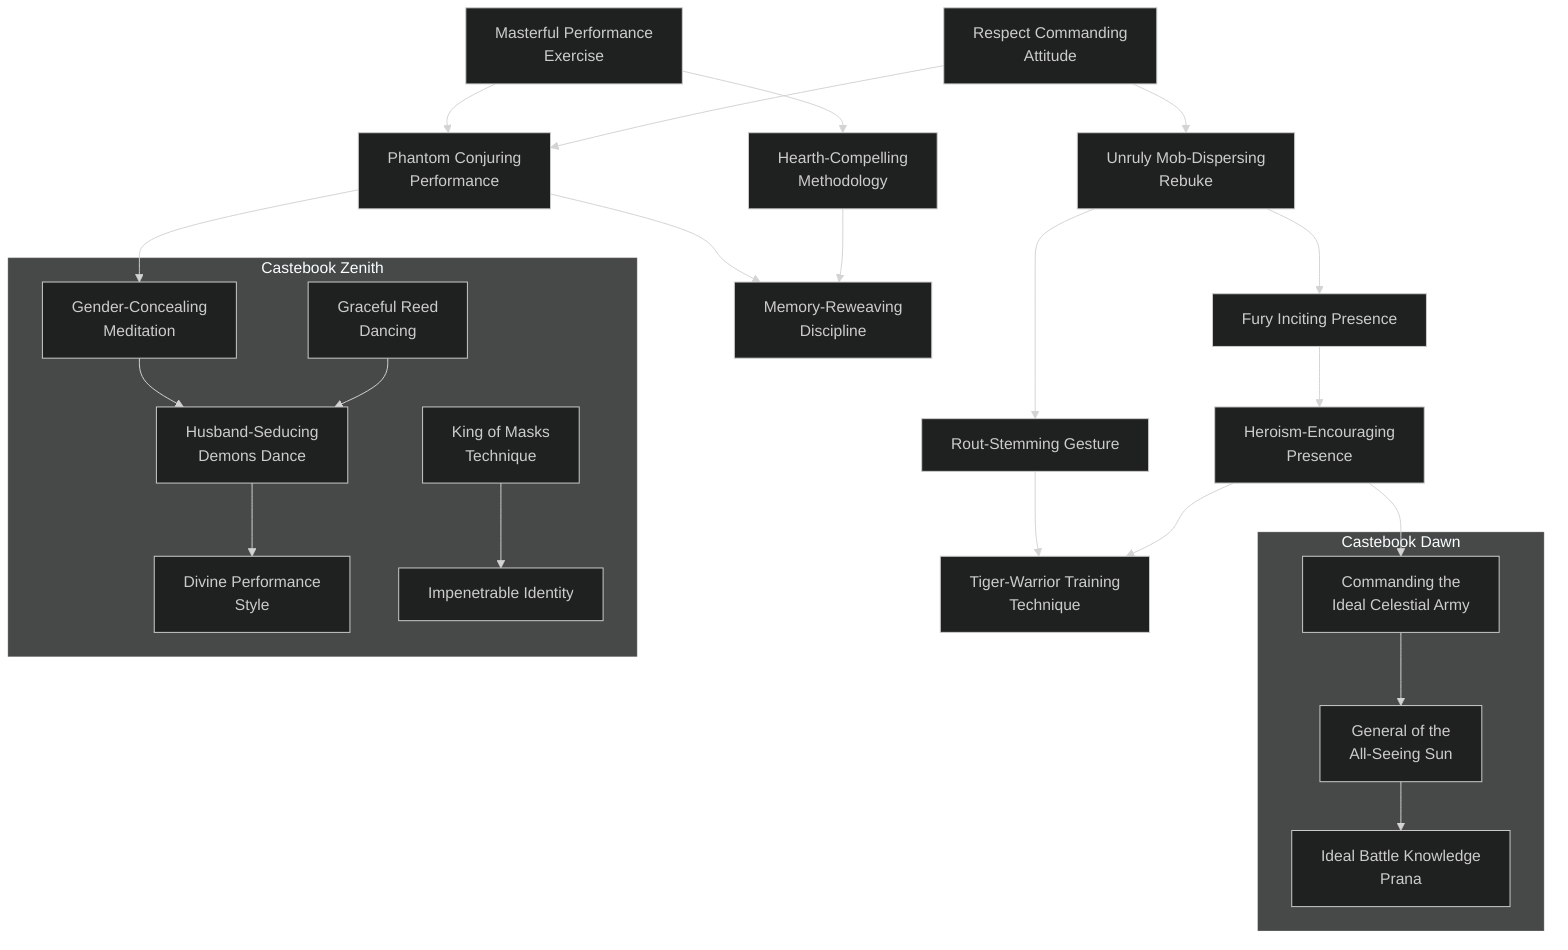
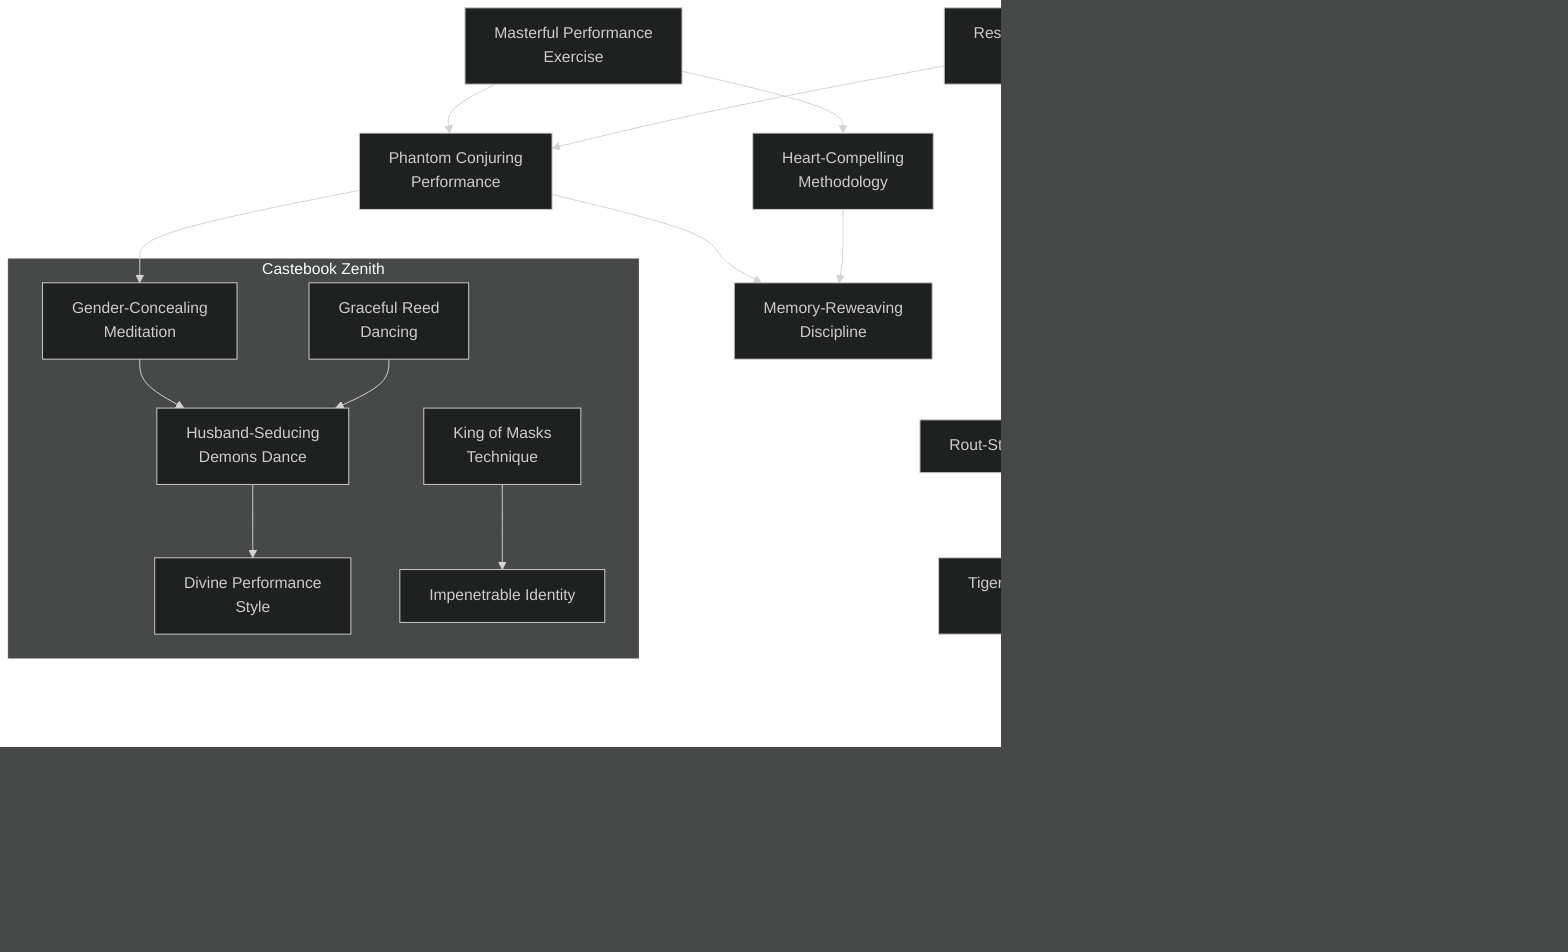
---
config:
  theme: dark
---

flowchart TD

    respect_commanding_attitude[Respect Commanding<br>Attitude]
    click respect_commanding_attitude callback "
        Respect Commanding Attitude<br>
        <br>
        Cost: 5 motes<br>
        Duration: One scene<br>
        Type: Simple<br>
        Minimum Performance: 2<br>
        Minimum Essence: 2<br>
        Prerequisite Charms: None<br>
        <br>
        This Charm allows a character to command the respect
        of an audience. While they may not be swayed by his
        arguments or impressed by his performance, they will pay him
        heed and refrain from heckling him or leaving the venue in
        significant numbers prior to the end of the performance.
        "

    unruly_mob_dispersing_rebuke[Unruly Mob-Dispersing<br>Rebuke]
    respect_commanding_attitude --> unruly_mob_dispersing_rebuke
    click unruly_mob_dispersing_rebuke callback "
        Unruly Mob-Dispersing Rebuke<br>
        <br>
        Cost: 8 motes, 1 Willpower<br>
        Duration: Instant<br>
        Type: Simple<br>
        Minimum Performance: 3<br>
        Minimum Essence: 3<br>
        Prerequisite Charms: Respect Commanding Attitude<br>
        <br>
        Violent mobs can endanger even the Exalted. Their numbers
        can drag down even the mightiest of the Chosen, but those who
        compose the mob are probably not normally so violent or dangerous.
        Chances are, the riot has begun over some legitimate grievance
        — laying about with lethal force is likely to cause serious repercussions.
        Through the use of this Charm, a character can deliver astern
        rebuke and shatter the inertia holding an angry mob together.
        Without significant further impetus, the crowd will disperse. This
        Charm does nothing to an organized or disciplined force.
        "

    rout_stemming_gesture[Rout-Stemming Gesture]
    unruly_mob_dispersing_rebuke --> rout_stemming_gesture
    click rout_stemming_gesture callback "
        Rout-Stemming Gesture<br>
        <br>
        Cost: 5 motes, 1 Willpower<br>
        Duration: 3 turns<br>
        Type: Simple<br>
        Minimum Performance: 4<br>
        Minimum Essence: 3<br>
        Prerequisite Charms: Unruly Mob Dispersing Rebuke<br>
        <br>
        If an angry mob is a danger to its victims, then a stampeding
        crowd or a routing unit is a danger to everyone in the
        vicinity. The crush of a panicked crowd will clog a door and
        leave no room for escape, where an orderly exit would have
        saved most or even all of the persons involved. A routing unit
        will shatter, leaving its members vulnerable to attacks that
        could never have been pressed home against the formation.<br>
        When using this Charm, the character burns with an
        incandescent blaze of Essence, radiating power and reassurance.
        All those within a radius of (10 x the Exalted's Essence
        rating) yards are immediately steadied. Those who have failed
        Valor checks can roll again, and characters who must make
        new Valor checks are assumed to succeed. Rout-Stemming
        Gesture can even overcome supernatural panic, such as that
        caused by the Terrifying Apparition of Glory Charm or by the
        anima power of a Dawn Caste Solar Exalted.
        "

    fury_inciting_presence[Fury Inciting Presence]
    unruly_mob_dispersing_rebuke --> fury_inciting_presence
    click fury_inciting_presence callback "
        Fury Inciting Presence<br>
        <br>
        Cost: 8 motes, 1 Willpower<br>
        Duration: One scene<br>
        Type: Simple<br>
        Minimum Performance: 3<br>
        Minimum Essence: 3<br>
        Prerequisite Charms: Unruly Mob Dispersing Rebuke<br>
        <br>
        The persuasive power of an Exalted channeling Essence
        into Social Charms can raise mobs as well as disperse them.
        With 10 to 20 minutes of haranguing a crowd on nearly any
        subject, an Exalted can whip the listeners into an angry mob.
        A mob raised in this fashion lasts a number of hours equal to
        the character's Essence rating but (like a natural mob) will
        disperse if subjected to organized opposition that cannot be
        immediately overwhelmed or if the mob is left idle without
        things to smash or burn for more than 10 or 20 minutes.
        "

    heroism_encouraging_presence[Heroism-Encouraging<br>Presence]
    fury_inciting_presence --> heroism_encouraging_presence
    click heroism_encouraging_presence callback "
        Heroism-Encouraging Presence<br>
        <br>
        Cost: 10 motes, 1 Willpower<br>
        Duration: One scene<br>
        Type: Simple<br>
        Minimum Performance: 4<br>
        Minimum Essence: 3<br>
        Prerequisite Charms: Fury Inciting Presence<br>
        <br>
        The Solar Exalted can inspire far more than simple
        mob violence. An Exalted in battle can radiate the
        confidence and the surety of the Unconquered Sun,
        lifting the souls of those around her and inspiring them
        to feats of great heroism. All friendly troops within a
        radius equal to the character's Essence x 100 yards are
        affected. While subject to this Charm, assume that
        individual soldiers all operate with a bonus die to all
        combat-related dice pools from improved morale and do
        not fail Valor rolls. The effect on the overall outcome of
        the battle is up to the Storyteller to decide, but it should
        have considerable influence.
        "

    tiger_warrior_training_technique[Tiger-Warrior Training<br>Technique]
    rout_stemming_gesture --> tiger_warrior_training_technique
    heroism_encouraging_presence --> tiger_warrior_training_technique
    click tiger_warrior_training_technique callback "
        Tiger-Warrior Training Technique<br>
        <br>
        Cost: 10 motes, 2 Willpower<br>
        Duration: One week<br>
        Type: Simple<br>
        Minimum Performance: 5<br>
        Minimum Essence: 3<br>
        <br>
        Prerequisite Charms: Heroism-Encouraging Presence, Rout-Stemming Gesture
        Actual combat is only the end of a long process that
        begins with the recruitment and training of the soldiers.
        Exalted who know the Tiger- Warrior Training Technique
        Charm can take even the worst gutter-sweepings or bandits
        and train them into a deadly, disciplined fighting
        force. Characters may supervise the training of up to (their
        Essence rating x 100) soldiers in a given week. Soldiers
        trained for one or more months by Exalted using this
        Charm should be treated as elite troops — they are well-disciplined,
        have ratings of at least 3 in the relevant
        combat Abilities, at least one specialty, Valor ratings of at
        least 3 and at least one Physical Attribute at 3. Already-trained
        troops or troops trained for more than one month
        can excel even these ratings.
        "

    masterful_performance_exercise[Masterful Performance<br>Exercise]
    click masterful_performance_exercise callback "
        Masterful Performance Exercise<br>
        <br>
        Cost: 2 motes per success<br>
        Duration: Instant<br>
        Type: Supplemental<br>
        Minimum Performance: 1<br>
        Minimum Essence: 1<br>
        Prerequisite Charms: None<br>
        <br>
        The character channels Essence through his voice or
        his instrument, enhancing his delivery and making the
        final result flow far more effectively than it would natu-
        rally. To use this Charm, the player first makes a regular
        Charisma + Performance roll for the character. Then, the
        player may &quot;buy&quot; additional successes, up to (the character's
        permanent Essence rating + the number of successes rolled
        on the Charisma + Performance roll). Each success bought
        in this fashion costs 2 motes of Essence.
        "

    phantom_conjuring_performance[Phantom Conjuring<br>Performance]
    masterful_performance_exercise --> phantom_conjuring_performance
    respect_commanding_attitude --> phantom_conjuring_performance
    click phantom_conjuring_performance callback "
        Phantom Conjuring Performance<br>
        <br>
        Cost: 5 motes<br>
        Duration: One scene<br>
        Type: Supplemental<br>
        Minimum Performance: 3<br>
        Minimum Essence: 2<br>
        Prerequisite Charms: Masterful Performance Exercise, Respect-Commanding Attitude<br>
        <br>
        A character who possesses this Charm can give a
        performance so compelling that it plays out in the form
        of phantom images that swirl through the air around
        her. If it is a narrative performance, then the images
        illustrate the narrative, while if it is an abstract performance,
        then the images simply underscore and highlight
        the performance. Typically, this adds a number of dice
        equal to the character's Essence rating to the player's
        next Charisma + Performance roll. Note that the images
        actually appear, fading in and out of existence
        around the character. This Charm is compatible with
        Masterful Performance Exercise.
        "

-     heart_compelling_methodology[Hearth-Compelling<br>Methodology]
+     heart_compelling_methodology[Heart-Compelling<br>Methodology]
    masterful_performance_exercise --> heart_compelling_methodology
    click heart_compelling_methodology callback "
-         Hearth-Compelling Methodology<br>
+         Heart-Compelling Methodology<br>
        <br>
        Cost: 6 motes, 1 Willpower<br>
        Duration: One scene<br>
        Type: Supplemental<br>
        Minimum Performance: 4<br>
        Minimum Essence: 2<br>
        Prerequisite Charms: Masterful Performance Exercise<br>
        <br>
        The character can channel Essence through her performance
        to evoke a certain emotion in those who witness it.
        The player chooses the emotion to be evoked, which may be
        anger, fear, pride, happiness, jealousy or whatever else the
        player wishes. He then makes a Manipulation + Performance
        roll for the character. Targets with a Willpower
        lower than the number of successes the player achieves on
        this roll are overcome with the emotion in question and act
        accordingly. Those with Willpower below twice the number
        of successes rolled may make a Willpower roll to resist
        the emotion. Those whose Willpower is greater than twice
        the number of successes are unaffected.
        "

    memory_reweaving_discipline[Memory-Reweaving<br>Discipline]
    phantom_conjuring_performance --> memory_reweaving_discipline
    heart_compelling_methodology --> memory_reweaving_discipline
    click memory_reweaving_discipline callback "
        Memory-Reweaving Discipline<br>
        <br>
        Cost: 10 motes, 1 Willpower<br>
        Duration: One scene<br>
        Type: Simple<br>
        Minimum Performance: 5<br>
        Minimum Essence: 3<br>
        Prerequisite Charms: Heart-Compelling Methodology, Phantom-Conjuring Performance<br>
        <br>
        This Charm allows a character to weave a narrative
        so plausible and so compelling that those who hear it
        forget the truth of a matter and come to believe the
        narrative. The player makes a Manipulation + Performance
        roll. The number of successes determines how
        much evidence to the contrary the target must be con-
        fronted with before he is able to shake off the lingering
        effects of the Charm. For each success, the target must be
        presented with one piece of evidence that contradicts the
        narrative. A Solar Exalted in a situation where there is
        very little clear evidence can effectively rewrite history
        with a little careful planning.<br>
        Note that this Charm need not be used as part of a
        performance, per se. Characters who know it can use also
        it during conversation, making them quite dangerous in
        the world of courtly intrigue.
        "

    subgraph Castebook Dawn
        commanding_the_ideal_celestial_army[Commanding the<br>Ideal Celestial Army]
        click commanding_the_ideal_celestial_army callback "
            Commanding the Ideal Celestial Army<br>
            <br>
            Cost: 3 motes<br>
            Duration: Instant<br>
            Type: Simple<br>
            Minimum Performance: 4<br>
            Minimum Essence: 3<br>
            Prerequisite Charms: Heroism-Encouraging Presence<br>
            <br>
            One of the greatest dangers of warfare is troops being out
            of touch with their commander. This Charm allows the caster
            to shout a short message to every soldier under her command.
            All friendly troops within a radius equal to the caster's Essence
            x 100 yards will hear the message. The message must be
            possible to call out during a single turn of combat and cannot
            contain more than a dozen words. In general, only its intended
            targets can hear it; opponents will not hear the message unless
            they are within earshot of the character using this Charm.
            "

        general_of_the_all_seeing_sun[General of the<br>All-Seeing Sun]
        click general_of_the_all_seeing_sun callback "
            General of the All-Seeing Sun<br>
            <br>
            Cost: 4 motes<br>
            Duration: Instant<br>
            Type: Simple<br>
            Minimum Performance: 5<br>
            Minimum Essence: 4<br>
            Prerequisite Charms: Commanding the Ideal Celestial Army<br>
            <br>
            As with Commanding the Ideal Celestial Army, a
            character using this Charm can give an order audible to all
            troops under her command. In addition, the instant before
            she gives the order, she receives impressions of how the battle
            is going on every front. The character is aware of any
            weakness in her lines and of which troops (if any) can safely
            be moved elsewhere. This knowledge combined with the
            ability to give a short command (two dozen words or less) to
            either the entire army or to any section of it — for example,
            &quot;the cavalry&quot; or &quot;the troops on the left flank&quot; — enables the
            character to exercise amazing control over her soldiers.
            "

        ideal_battle_knowledge_prana[Ideal Battle Knowledge<br>Prana]
        click ideal_battle_knowledge_prana callback "
            Ideal Battle Knowledge Prana<br>
            <br>
            Cost: 10 motes, 1 Willpower<br>
            Duration: One scene<br>
            Type: Simple<br>
            Minimum Performance: 5<br>
            Minimum Essence: 6<br>
            Prerequisite Charms: General of the All-Seeing Sun<br>
            <br>
            The fog of war is banished for those who are truly blessed
            by the Unconquered Sun. For the rest of the scene, a
            character using this Charm knows how all areas of the battle
            are going and is instantly aware of any weakness in his lines
            or of any troops who have crushed their opponents. The
            character can, at will, speak messages that will be heard by his
            entire army, or by any specific portion of it to which he wishes
            to give orders. This ability to continuously direct the battle
            gives all soldiers under the character's command one additional
            die for all combat-related rolls and reduces by 1 the
            difficulty of all Valor rolls made by those same troops.
            "
    end
    heroism_encouraging_presence --> commanding_the_ideal_celestial_army
    commanding_the_ideal_celestial_army --> general_of_the_all_seeing_sun
    general_of_the_all_seeing_sun --> ideal_battle_knowledge_prana

    subgraph Castebook Zenith
        gender_concealing_meditation[Gender-Concealing<br>Meditation]
        click gender_concealing_meditation callback "
            Gender-Concealing Meditation<br>
            <br>
            Cost: 5 motes<br>
            Duration: One day<br>
            Type: Simple<br>
            Minimum Performance: 3<br>
            Minimum Essence: 1<br>
            Prerequisite Charms: Phantom-Conjuring Performance<br>
            <br>
            Sometimes, there are places that a woman can go
            that a man cannot, and vice-versa, This Charm helps
            an Exalted overcome such problems through disguise.
            By applying Essence to the task, the Chosen can
            enhance his illusion of femininity (or her illusion of
            masculinity). The application of Essence reshapes the
            Exalt's body into the proper curves and leaves those
            who might see his or her sex organs with the impres-
            sion that they were those of the opposite gender. The
            Charm will not fool close physical examination and
            does not allow intercourse, but anyone doing a less
            thorough inspection will be deceived.
            "

        graceful_reed_dancing[Graceful Reed<br>Dancing]
        click graceful_reed_dancing callback "
            Graceful Reed Dancing<br>
            <br>
            Cost: 2 motes per success
            Duration: Instant
            Type: Supplemental
            Minimum Performance: 2
            Minimum Essence: 1
            Prerequisite Charms: None
            The character channels Essence through his body,
            enhancing his sense of rhythm and making his dance a
            riveting display. To use this Charm, the character must
            be performing a dance. The player first makes a regular
            Charisma + Performance roll for the character. Then,
            the player may &quot;buy&quot; additional successes, up to (the
            character's permanent Essence rating + the number of
            successes rolled on his Charisma + Performance roll).
            Each success bought in this fashion costs 2 motes of
            Essence. Graceful Reed Dancing is not compatible with
            Masterful Performance Exercise, as it is basically the
            same Charm for a different mode of Performance.
            "

        husband_seducing_demons_dance[Husband-Seducing<br>Demons Dance]
        gender_concealing_meditation --> husband_seducing_demons_dance
        graceful_reed_dancing --> husband_seducing_demons_dance
        click husband_seducing_demons_dance callback "
            Husband-Seducing Demons Dance<br>
            <br>
            Cost: 5 motes<br>
            Duration: One scene<br>
            Type: Simple<br>
            Minimum Performance: 4<br>
            Minimum Essence: 2<br>
            Prerequisite Charms: Gender-Concealing Meditation, Graceful Reed Dancing<br>
            <br>
            This Charm raises the art of seduction through
            dance to a supernatural level. So long as an Exalt using
            this Charm continues to dance, all who watch the
            performance see him or her as the most desirable being
            possible, regardless of their sexual preference. They are
            unwilling to harm the Chosen and are likely to behave
            irrationally in an attempt to impress the Solar. This
            Charm is ineffective on beings with an Essence higher
            than the Exalted invoking the power. The Charm does
            not work on characters who are in combat or who
            otherwise have reason to believe the Exalt means them
            harm. Overtly hostile acts on the part of the dancing
            character dispel the Charm's effect.
            "

        divine_performance_style[Divine Performance<br>Style]
        husband_seducing_demons_dance --> divine_performance_style
        click divine_performance_style callback "
            Divine Performance Style<br>
            <br>
            Cost: 10 motes<br>
            Duration: Special<br>
            Type: Simple<br>
            Minimum Performance: 5<br>
            Minimum Essence: 3<br>
            Prerequisite Charms: Husband-Seducing Demon's Dance<br>
            <br>
            By combining song and dance with the art of seduction,
            the Exalted invoking this Charm weaves a spell of
            influence over a chosen target. Like Husband-Seducing
            Demon's Dance, this Charm starts with a masterful
            performance by the Exalted. This performance includes
            both song and dance and is directed at a specific individual.
            Regardless of the specific genders of the Exalted
            and the target, the target will be entranced by the
            extreme desirability of the performer.<br>
            Other observers of the Divine Performance will be
            affected much as if observing the Husband-Seducing
            Demon's Dance, but the Charm will have no overt effect
            on them. Against the chosen target, however, there is an
            extended effect. The Exalt's player rolls Charisma +
            Performance and compares the resulting number of successes
            against the target's permanent Willpower. Other
            Charms may be used to enhance this Performance roll,
            including the Masterful Performance Exercise.<br>
            If the Chosen achieves more successes than the
            target's permanent Willpower, the target will be particularly
            vulnerable to the influence of the performer for a
            number of days. The duration of this influence is equal to
            the difference between the Exalt's permanent Essence
            and the target's. While under the influence of the Divine
            Performance, a victim is at a -1 Essence with regard to the
            use of mind-controlling or affecting Charms by the
            Exalt. For example, if the Exalted achieves 10 successes
            against a target with a Willpower of 7, the target will be
            at a -1 Essence penalty for 3 days.<br>
            Beings with Essence 1 who have their Essence reduced
            become the infatuated thralls of the Exalt for the
            duration of the effect. They will not kill themselves
            (though they may easily be manipulated into doing so),
            but they will perform almost any other act, even the most
            foolish or foolhardy.<br>
            The Essence penalty does not stack with other uses
            of Divine Performance Style, but the Exalt can use
            Divine Performance again before a previous application
            has expired to extend its duration. In this case, the new
            result replaces the older one, even if it is lower. With
            proper planning, an Exalted performer can keep one or
            more targets entranced indefinitely.
            "

        king_of_masks_technique[King of Masks<br>Technique]
        click king_of_masks_technique callback "
            King of Masks Technique<br>
            <br>
            Cost: Special<br>
            Duration: Special<br>
            Type: Simple<br>
            Minimum Performance: 3<br>
            Minimum Essence: 1<br>
            Prerequisite Charms: None<br>
            <br>
            Through the use of this Charm, the Exalted weaves
            a complicated false identity around herself. The identity
            is complete with a detailed history and natural personal-
            ity traits. Mere conversation cannot detect any flaws in
            the identity. In fact, the infallibility of the identity is
            perfect until the Exalted chooses to drop the façade or she
            is faced with an investigative intellect that is likewise
            Charm-enhanced. King of Masks Technique provides no
            resistance to interrogation techniques.<br>
            When invoking the Charm, the Exalted crafts a
            back-story for herself and her player makes a Intelligence
            + Performance roll, adding one automatic success for
            each mote of Essence she chooses to invest. The total
            number of successes is the number of successes an investigator
            must achieve to see through the false identity, but
            this can never exceed twice the character's Intelligence
            + Performance pool. Only Charm-enhanced Investigation
            rolls will reduce this pool of successes, but all such
            investigations are cumulative. The Fair Folk and beings
            with Essence higher than the character are immune to
            the effects of this Charm.<br>
            At the time of an identity's creation, the Exalted
            may spend one experience point to make the identity
            permanent. The character may resume a permanent
            identity at any time by spending half as many motes of
            Essence as she originally spent creating the identity.
            Persistent investigators can wear away at and eventually
            destroy permanent identities. If an identity is pierced,
            then the experience point is lost. Permanent identities
            can be investigated even when the character is not
            using them. Motes of Essence spent creating a permanent
            identity are not committed after the identity is
            first &quot;put aside,&quot; but whenever the character resumes
            the identity, the Essence she pays to resume it is committed
            while she uses the identity.<br>
            This Charm cannot be used to mimic specific individuals.
            It can only create fictional identities. An Exalted
            may have as many permanent identities as she has points
            of permanent Essence.<br>
            "

        impenetrable_identity[Impenetrable Identity]
        king_of_masks_technique --> impenetrable_identity
        click impenetrable_identity callback "
            Impenetrable Identity<br>
            <br>
            Cost: 10+ motes, 1 experience point<br>
            Duration: Special<br>
            Type: Simple<br>
            Minimum Performance: 5<br>
            Minimum Presence: 3<br>
            Minimum Essence: 2<br>
            Prerequisite Charms: King of Masks Technique<br>
            <br>
            Impenetrable Identity is initially identical to King
            of Masks Technique, but with some significant enhancements.
            First of all, while using Impenetrable
            Identity, the Exalted becomes the role he has chosen.
            While the Charm is in effect, he consciously and even
            subconsciously believes he is the role he has adopted.
            Interrogation techniques that do not have a magical
            basis are useless for discovering the Chosen's true
            identity because the character has no idea that he is
            not his cover identity.<br>
            When invoking the Charm, the Exalted crafts a
            back-story for himself and makes a Intelligence + Performance
            roll, adding two automatic successes for each mote
            of Essence, beyond the base cost of 10, she chooses to
            invest. As with King of Masks Technique, the number of
            successes can never exceed twice the character's Intelligence
            + Performance pool. Normal investigation and
            interrogation is useless against Impenetrable Identity,
            and when Charm-enhanced interrogation or investigation
            is used to attack an Impenetrable Identity, only half
            the investigator's successes, rounded down, count for
            reducing the success pool.<br>
            At the time the Charm is invoked, the Chosen may
            set any number of conditions that will automatically
            restore her original identity. This can include a time
            period, arrival at a specific location, spoken key words or
            any other triggering event that the character chooses to
            specify prior to assuming the Impenetrable Identity.
            There can be as many triggering conditions as the character
            wishes, and if they are at all complex, they should
            be written down to prevent disputes. The identity also
            ends automatically if anyone can pierce it and prove it to
            be false. When the identity ends, it is gone forever, and
            the experience point is lost.
            "
    end

    phantom_conjuring_performance --> gender_concealing_meditation
